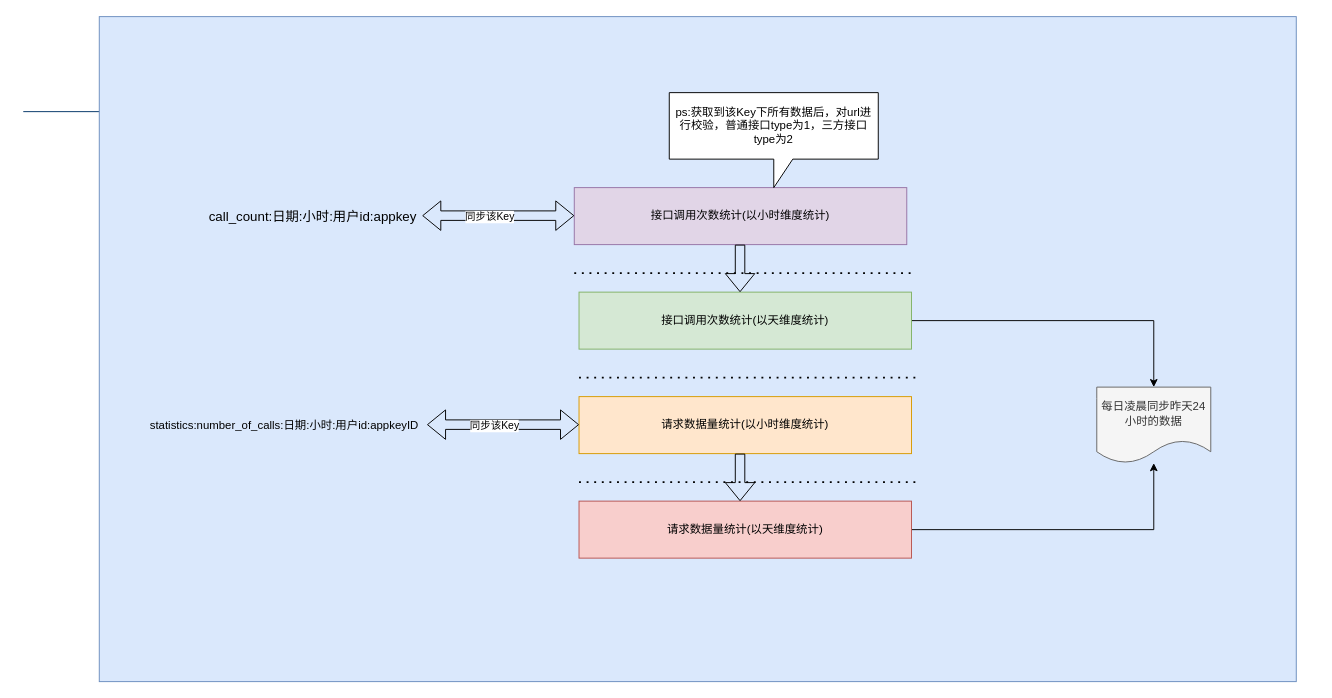
Above: 用户注册.drawio in aimu921/drawIO (draw.io), before the change. Source tidied: cells renumbered, new cells numbered last; positions are measured from the earlier drawing's top-left corner, leaving out a move shared by most shapes. Both pictures are drawn from the tidied source at 95%, with x=0, y=0 at pixel (23, 16).
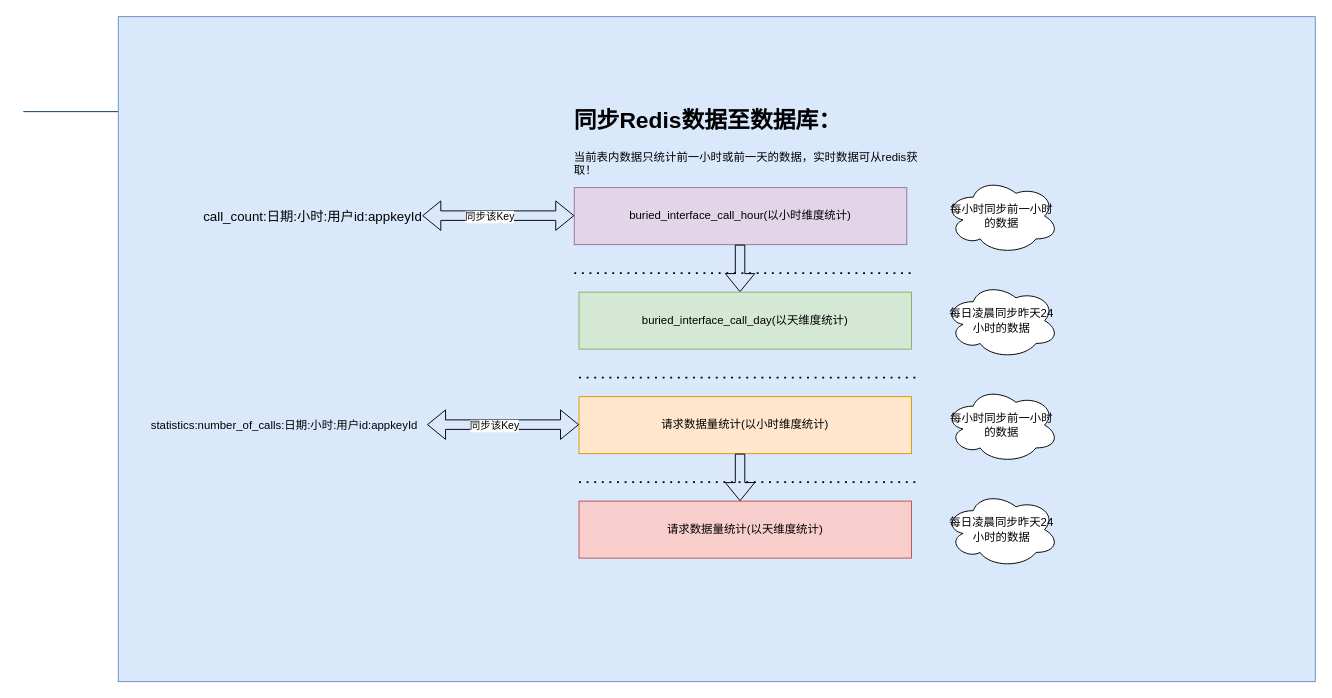
The same diagram, later.

Commit message:
更新用户注册.drawio

Unchanged cells that the change refers to:
```xml
<mxCell id="9" value="请求数据量统计(以天维度统计)" style="rounded=0;whiteSpace=wrap;html=1;fillColor=#f8cecc;strokeColor=#b85450;" parent="1" vertex="1">
  <mxGeometry x="585" y="510" width="350" height="60" as="geometry" />
</mxCell>
```

Diff of the diagram source:
```diff
@@
     <mxCell id="3" style="rounded=0;whiteSpace=wrap;html=1;fillColor=#dae8fc;strokeColor=#6c8ebf;gradientColor=none;labelBackgroundColor=none;" parent="1" vertex="1">
-      <mxGeometry x="80" width="1260" height="700" as="geometry" />
+      <mxGeometry x="100" width="1260" height="700" as="geometry" />
     </mxCell>
-    <mxCell id="4" value="接口调用次数统计(以小时维度统计)" style="rounded=0;whiteSpace=wrap;html=1;fillColor=#e1d5e7;strokeColor=#9673a6;" parent="1" vertex="1">
+    <mxCell id="4" value="buried_interface_call_hour(以小时维度统计)" style="rounded=0;whiteSpace=wrap;html=1;fillColor=#e1d5e7;strokeColor=#9673a6;" parent="1" vertex="1">
       <mxGeometry x="580" y="180" width="350" height="60" as="geometry" />
     </mxCell>
-    <mxCell id="5" style="edgeStyle=orthogonalEdgeStyle;rounded=0;jettySize=auto;html=1;" parent="1" edge="1" source="6" target="22">
-      <mxGeometry relative="1" as="geometry" />
-    </mxCell>
-    <mxCell id="6" value="接口调用次数统计(以天维度统计)" style="rounded=0;whiteSpace=wrap;html=1;fillColor=#d5e8d4;strokeColor=#82b366;" parent="1" vertex="1">
-      <mxGeometry x="585" y="290" width="350" height="60" as="geometry" />
-    </mxCell>
@@
-    <mxCell id="8" style="edgeStyle=orthogonalEdgeStyle;rounded=0;jettySize=auto;html=1;" parent="1" edge="1" source="9" target="22">
-      <mxGeometry relative="1" as="geometry" />
-    </mxCell>
@@
-    <mxCell id="10" value="&lt;font style=&quot;font-size: 14px;&quot;&gt;call_count:日期:小时:用户id:appkey&lt;/font&gt;" style="text;html=1;strokeColor=none;fillColor=none;align=center;verticalAlign=middle;whiteSpace=wrap;rounded=0;" parent="1" vertex="1">
+    <mxCell id="10" value="&lt;font style=&quot;font-size: 14px;&quot;&gt;call_count:日期:小时:用户id:appkeyId&lt;/font&gt;" style="text;html=1;strokeColor=none;fillColor=none;align=center;verticalAlign=middle;whiteSpace=wrap;rounded=0;" parent="1" vertex="1">
       <mxGeometry x="180" y="192.5" width="250" height="37.5" as="geometry" />
     </mxCell>
@@
-    <mxCell id="16" value="statistics:number_of_calls:日期:小时:用户id:appkeyID" style="text;html=1;strokeColor=none;fillColor=none;align=center;verticalAlign=middle;whiteSpace=wrap;rounded=0;" parent="1" vertex="1">
+    <mxCell id="16" value="statistics:number_of_calls:日期:小时:用户id:appkeyId" style="text;html=1;strokeColor=none;fillColor=none;align=center;verticalAlign=middle;whiteSpace=wrap;rounded=0;" parent="1" vertex="1">
       <mxGeometry x="120" y="411.2" width="310" height="38.8" as="geometry" />
     </mxCell>
@@
-    <mxCell id="19" value="ps:获取到该Key下所有数据后，对url进行校验，普通接口type为1，三方接口type为2" style="shape=callout;whiteSpace=wrap;html=1;perimeter=calloutPerimeter;" parent="1" vertex="1">
-      <mxGeometry x="680" y="80" width="220" height="100" as="geometry" />
-    </mxCell>
@@
-    <mxCell id="22" value="每日凌晨同步昨天24小时的数据" style="shape=document;whiteSpace=wrap;html=1;boundedLbl=1;fillColor=#f5f5f5;strokeColor=#666666;fontColor=#333333;" parent="1" vertex="1">
-      <mxGeometry x="1130" y="390" width="120" height="80" as="geometry" />
-    </mxCell>
+    <mxCell id="23" value="&lt;h1&gt;同步Redis数据至数据库：&lt;/h1&gt;&lt;p&gt;&lt;/p&gt;当前表内数据只统计前一小时或前一天的数据，实时数据可从redis获取！" style="text;html=1;strokeColor=none;fillColor=none;spacing=5;spacingTop=-20;whiteSpace=wrap;overflow=hidden;rounded=0;" parent="1" vertex="1">
+      <mxGeometry x="575" y="90" width="385" height="80" as="geometry" />
+    </mxCell>
+    <mxCell id="24" value="buried_interface_call_day(以天维度统计)" style="rounded=0;whiteSpace=wrap;html=1;fillColor=#d5e8d4;strokeColor=#82b366;" parent="1" vertex="1">
+      <mxGeometry x="585" y="290" width="350" height="60" as="geometry" />
+    </mxCell>
+    <mxCell id="25" value="每小时同步前一小时的数据" style="ellipse;shape=cloud;whiteSpace=wrap;html=1;" parent="1" vertex="1">
+      <mxGeometry x="970" y="170" width="120" height="80" as="geometry" />
+    </mxCell>
+    <mxCell id="26" value="每小时同步前一小时的数据" style="ellipse;shape=cloud;whiteSpace=wrap;html=1;" parent="1" vertex="1">
+      <mxGeometry x="970" y="390" width="120" height="80" as="geometry" />
+    </mxCell>
+    <mxCell id="27" value="每日凌晨同步昨天24小时的数据" style="ellipse;shape=cloud;whiteSpace=wrap;html=1;" parent="1" vertex="1">
+      <mxGeometry x="970" y="500" width="120" height="80" as="geometry" />
+    </mxCell>
+    <mxCell id="28" value="每日凌晨同步昨天24小时的数据" style="ellipse;shape=cloud;whiteSpace=wrap;html=1;" parent="1" vertex="1">
+      <mxGeometry x="970" y="280" width="120" height="80" as="geometry" />
+    </mxCell>
```
